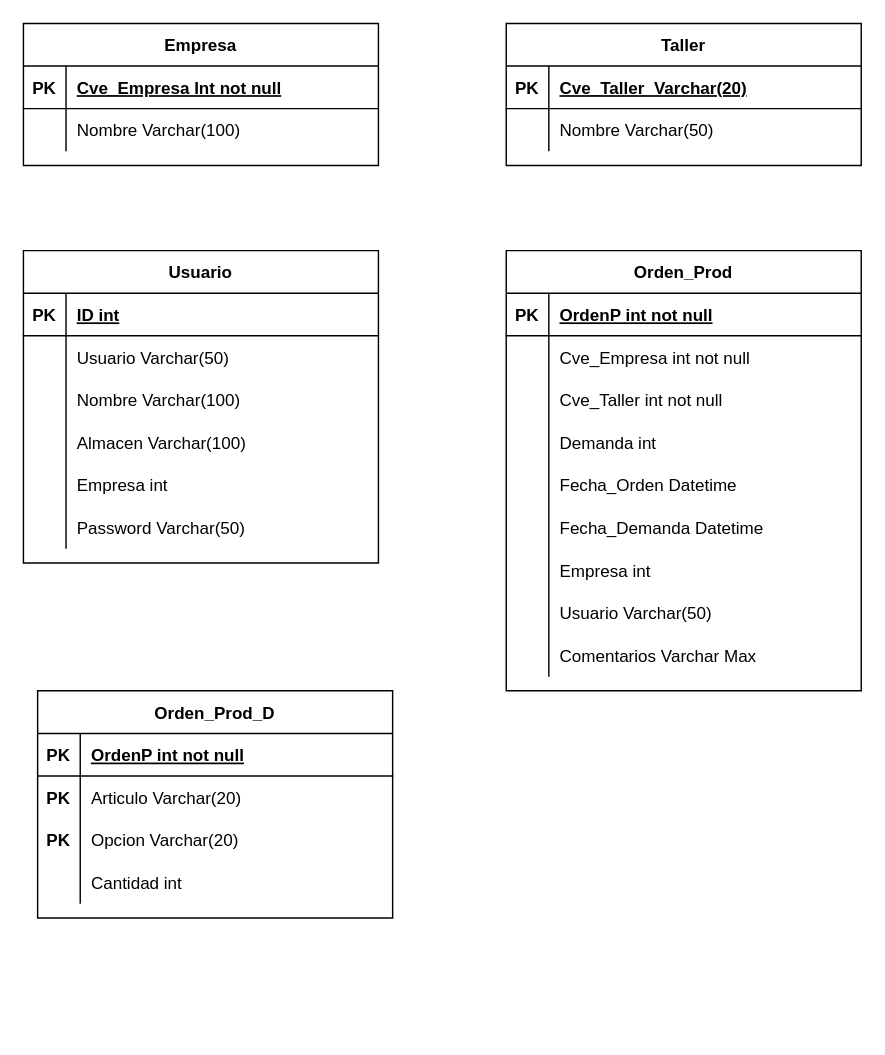
This is Diagrama sin título.drawio from ericF83/DiagramasDBIG015, a draw.io file, before an edit. Source tidied: cells renumbered, new cells numbered last; positions are measured from the earlier drawing's top-left corner, leaving out a move shared by most shapes. Both pictures are drawn from the tidied source at 142%, with x=0, y=0 at pixel (23, 23).
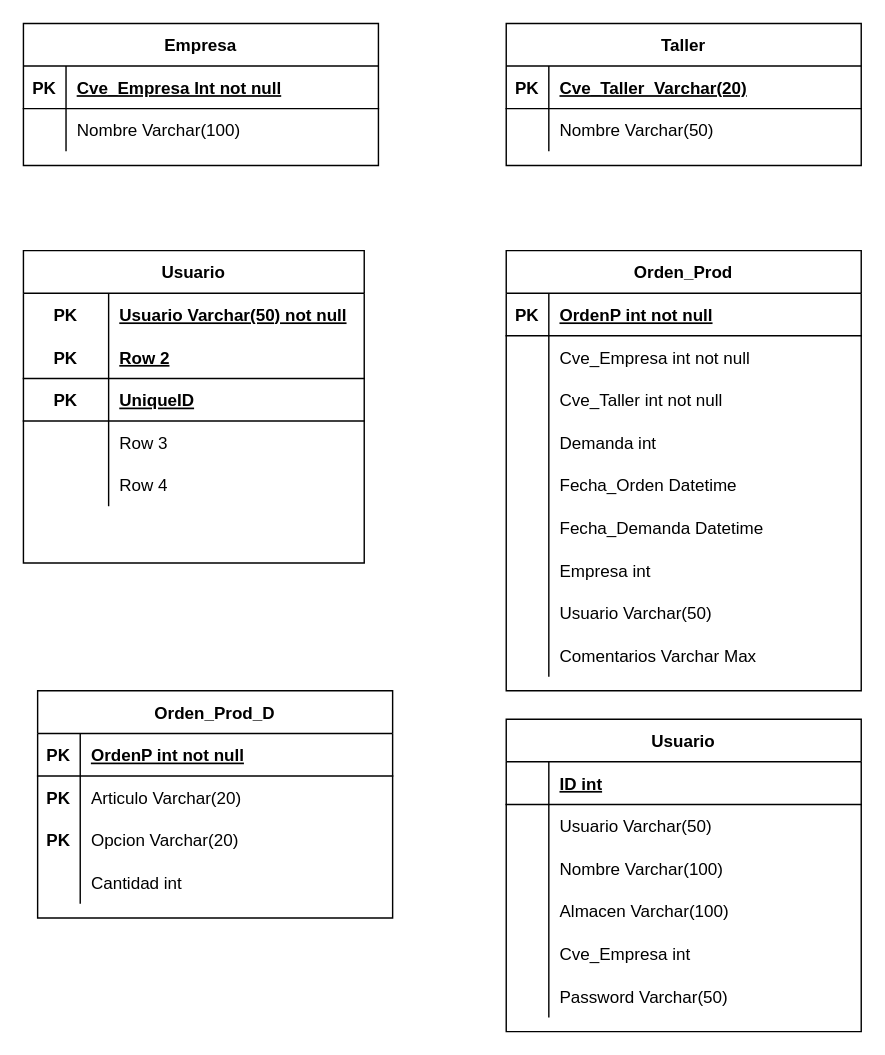
Above is the later version.

The change refers to these unchanged cells:
```xml
<mxCell id="15" style="shape=partialRectangle;fillColor=none;top=0;left=0;right=0;bottom=0;" parent="2" vertex="1">
  <mxGeometry y="150" width="250" height="30" as="geometry" />
</mxCell>
```

What changed in the source:
```diff
@@
     <mxCell id="2" value="Usuario" style="shape=table;startSize=30;childLayout=tableLayout;rowLines=0;fontStyle=1;align=center;" parent="1" vertex="1">
-      <mxGeometry y="160" width="250" height="220" as="geometry" />
+      <mxGeometry x="340" y="490" width="250" height="220" as="geometry" />
     </mxCell>
-    <mxCell id="3" style="shape=partialRectangle;fillColor=none;top=0;left=0;right=0;bottom=1;" parent="2" vertex="1">
+    <mxCell id="3" style="shape=partialRectangle;fillColor=none;top=0;left=0;right=0;bottom=1;strokeColor=default;" parent="2" vertex="1">
       <mxGeometry y="30" width="250" height="30" as="geometry" />
     </mxCell>
-    <mxCell id="4" value="PK" style="shape=partialRectangle;overflow=hidden;fillColor=none;top=0;left=0;bottom=0;right=0;fontStyle=1;" parent="3" vertex="1">
+    <mxCell id="4" style="shape=partialRectangle;overflow=hidden;fillColor=none;top=0;left=0;bottom=0;right=0;fontStyle=1;" parent="3" vertex="1">
       <mxGeometry width="30" height="30" as="geometry" />
     </mxCell>
-    <mxCell id="5" value="ID int" style="shape=partialRectangle;overflow=hidden;fillColor=none;top=0;left=0;bottom=0;right=0;align=left;spacingLeft=6;fontStyle=5;" parent="3" vertex="1">
+    <mxCell id="5" value="ID int" style="shape=partialRectangle;overflow=hidden;fillColor=none;top=0;left=0;bottom=0;right=0;align=left;spacingLeft=6;fontStyle=5;strokeColor=default;" parent="3" vertex="1">
       <mxGeometry x="30" width="220" height="30" as="geometry" />
     </mxCell>
-    <mxCell id="6" style="shape=partialRectangle;fillColor=none;top=0;left=0;right=0;bottom=0;" parent="2" vertex="1">
+    <mxCell id="6" style="shape=partialRectangle;fillColor=none;top=0;left=0;right=0;bottom=0;strokeColor=default;" parent="2" vertex="1">
       <mxGeometry y="60" width="250" height="30" as="geometry" />
     </mxCell>
@@
-    <mxCell id="8" value="Usuario Varchar(50)" style="shape=partialRectangle;overflow=hidden;fillColor=none;top=0;left=0;bottom=0;right=0;align=left;spacingLeft=6;" parent="6" vertex="1">
+    <mxCell id="8" value="Usuario Varchar(50)" style="shape=partialRectangle;overflow=hidden;fillColor=none;top=0;left=0;bottom=0;right=0;align=left;spacingLeft=6;strokeColor=#000000;" parent="6" vertex="1">
       <mxGeometry x="30" width="220" height="30" as="geometry" />
     </mxCell>
-    <mxCell id="9" style="shape=partialRectangle;fillColor=none;top=0;left=0;right=0;bottom=0;" parent="2" vertex="1">
+    <mxCell id="9" style="shape=partialRectangle;top=0;left=0;right=0;bottom=0;fillColor=none;perimeterSpacing=0;" parent="2" vertex="1">
       <mxGeometry y="90" width="250" height="30" as="geometry" />
     </mxCell>
@@
-    <mxCell id="17" value="Empresa int" style="shape=partialRectangle;overflow=hidden;fillColor=none;top=0;left=0;bottom=0;right=0;align=left;spacingLeft=6;" parent="15" vertex="1">
+    <mxCell id="17" value="Cve_Empresa int" style="shape=partialRectangle;overflow=hidden;fillColor=none;top=0;left=0;bottom=0;right=0;align=left;spacingLeft=6;" parent="15" vertex="1">
       <mxGeometry x="30" width="220" height="30" as="geometry" />
     </mxCell>
@@
+    <mxCell id="76" value="Usuario" style="shape=table;startSize=30;childLayout=tableLayout;rowLines=0;fontStyle=1;align=center;strokeColor=default;fillColor=none;" parent="1" vertex="1">
+      <mxGeometry y="160" width="240" height="220" as="geometry" />
+    </mxCell>
+    <mxCell id="77" style="shape=tableRow;horizontal=0;startSize=0;swimlaneHead=0;swimlaneBody=0;fillColor=none;top=0;left=0;right=0;bottom=0;strokeColor=default;" parent="76" vertex="1">
+      <mxGeometry y="30" width="240" height="30" as="geometry" />
+    </mxCell>
+    <mxCell id="78" value="PK" style="shape=partialRectangle;fillColor=none;top=0;left=0;bottom=0;right=0;fontStyle=1;overflow=hidden;strokeColor=default;" parent="77" vertex="1">
+      <mxGeometry width="60" height="30" as="geometry" />
+    </mxCell>
+    <mxCell id="79" value="Usuario Varchar(50) not null" style="shape=partialRectangle;fillColor=none;top=0;left=0;bottom=0;right=0;align=left;spacingLeft=6;fontStyle=5;overflow=hidden;strokeColor=default;" parent="77" vertex="1">
+      <mxGeometry x="60" width="180" height="30" as="geometry" />
+    </mxCell>
+    <mxCell id="80" style="shape=tableRow;horizontal=0;startSize=0;swimlaneHead=0;swimlaneBody=0;fillColor=none;top=0;left=0;right=0;bottom=1;strokeColor=default;" parent="76" vertex="1">
+      <mxGeometry y="60" width="240" height="30" as="geometry" />
+    </mxCell>
+    <mxCell id="81" value="PK" style="shape=partialRectangle;fillColor=none;top=0;left=0;bottom=0;right=0;fontStyle=1;overflow=hidden;strokeColor=default;" parent="80" vertex="1">
+      <mxGeometry width="60" height="30" as="geometry" />
+    </mxCell>
+    <mxCell id="82" value="Row 2" style="shape=partialRectangle;fillColor=none;top=0;left=0;bottom=0;right=0;align=left;spacingLeft=6;fontStyle=5;overflow=hidden;strokeColor=default;" parent="80" vertex="1">
+      <mxGeometry x="60" width="180" height="30" as="geometry" />
+    </mxCell>
+    <mxCell id="83" style="shape=tableRow;horizontal=0;startSize=0;swimlaneHead=0;swimlaneBody=0;fillColor=none;top=0;left=0;right=0;bottom=1;strokeColor=default;" parent="76" vertex="1">
+      <mxGeometry y="90" width="240" height="30" as="geometry" />
+    </mxCell>
+    <mxCell id="84" value="PK" style="shape=partialRectangle;fillColor=none;top=0;left=0;bottom=0;right=0;fontStyle=1;overflow=hidden;strokeColor=default;" parent="83" vertex="1">
+      <mxGeometry width="60" height="30" as="geometry" />
+    </mxCell>
+    <mxCell id="85" value="UniqueID" style="shape=partialRectangle;fillColor=none;top=0;left=0;bottom=0;right=0;align=left;spacingLeft=6;fontStyle=5;overflow=hidden;strokeColor=default;" parent="83" vertex="1">
+      <mxGeometry x="60" width="180" height="30" as="geometry" />
+    </mxCell>
+    <mxCell id="86" style="shape=tableRow;horizontal=0;startSize=0;swimlaneHead=0;swimlaneBody=0;fillColor=none;top=0;left=0;right=0;bottom=0;strokeColor=default;" parent="76" vertex="1">
+      <mxGeometry y="120" width="240" height="30" as="geometry" />
+    </mxCell>
+    <mxCell id="87" style="shape=partialRectangle;fillColor=none;top=0;left=0;bottom=0;right=0;overflow=hidden;strokeColor=default;" parent="86" vertex="1">
+      <mxGeometry width="60" height="30" as="geometry" />
+    </mxCell>
+    <mxCell id="88" value="Row 3" style="shape=partialRectangle;fillColor=none;top=0;left=0;bottom=0;right=0;align=left;spacingLeft=6;overflow=hidden;strokeColor=default;" parent="86" vertex="1">
+      <mxGeometry x="60" width="180" height="30" as="geometry" />
+    </mxCell>
+    <mxCell id="89" style="shape=tableRow;horizontal=0;startSize=0;swimlaneHead=0;swimlaneBody=0;fillColor=none;top=0;left=0;right=0;bottom=0;strokeColor=default;" parent="76" vertex="1">
+      <mxGeometry y="150" width="240" height="30" as="geometry" />
+    </mxCell>
+    <mxCell id="90" style="shape=partialRectangle;fillColor=none;top=0;left=0;bottom=0;right=0;overflow=hidden;strokeColor=default;" parent="89" vertex="1">
+      <mxGeometry width="60" height="30" as="geometry" />
+    </mxCell>
+    <mxCell id="91" value="Row 4" style="shape=partialRectangle;fillColor=none;top=0;left=0;bottom=0;right=0;align=left;spacingLeft=6;overflow=hidden;strokeColor=default;" parent="89" vertex="1">
+      <mxGeometry x="60" width="180" height="30" as="geometry" />
+    </mxCell>
```
